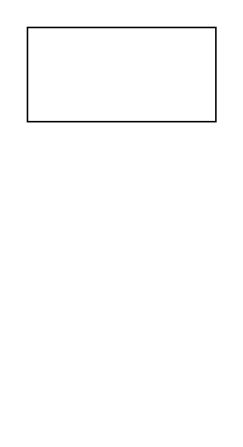
The draw.io diagram book/sentinel_core_process_logic_flow.drawio in teaho2015-blog/sentinel-learning, before the edit. Source tidied: cells renumbered, new cells numbered last; positions are measured from the earlier drawing's top-left corner, leaving out a move shared by most shapes. Both pictures are drawn from the tidied source at 157%, with x=0, y=0 at pixel (27, 27).
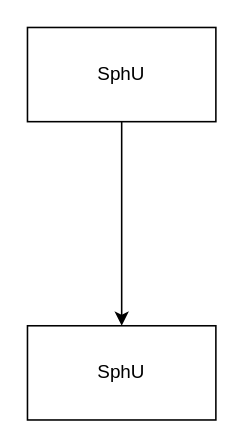
The same diagram, later.

Diff of the diagram source:
```diff
@@
 <mxGraphModel>
   <root>
     <mxCell id="0" />
     <mxCell id="1" parent="0" />
+    <mxCell id="3" style="edgeStyle=orthogonalEdgeStyle;rounded=0;jettySize=auto;html=1;" parent="1" edge="1" source="2" target="4">
+      <mxGeometry relative="1" as="geometry" />
+    </mxCell>
-    <mxCell id="2" style="rounded=0;whiteSpace=wrap;html=1;" parent="1" vertex="1">
+    <mxCell id="2" value="SphU" style="rounded=0;whiteSpace=wrap;html=1;" parent="1" vertex="1">
       <mxGeometry width="120" height="60" as="geometry" />
     </mxCell>
+    <mxCell id="4" value="SphU" style="rounded=0;whiteSpace=wrap;html=1;" parent="1" vertex="1">
+      <mxGeometry y="190" width="120" height="60" as="geometry" />
+    </mxCell>
   </root>
 </mxGraphModel>
```
